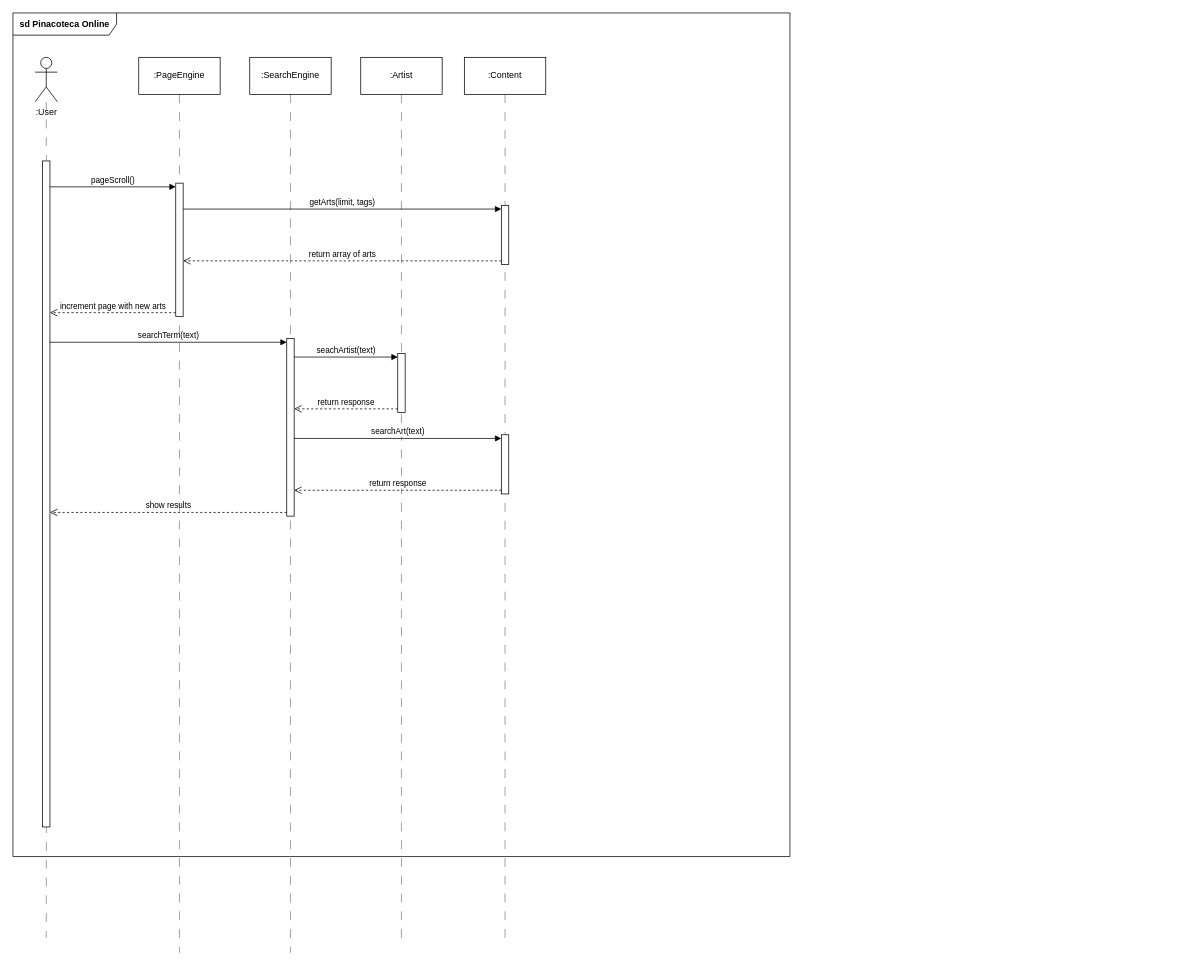
Above: docs/Modelagem/assets/diagrams/DiagramaSequencia.drawio in UnBArqDsw2025-1-Turma01/2025.1-T01-_G2_PinacotecaOnline_Entrega_02 (draw.io), before the change. Source tidied: cells renumbered, new cells numbered last; positions are measured from the earlier drawing's top-left corner, leaving out a move shared by most shapes. Both pictures are drawn from the tidied source at 74%, with x=0, y=0 at pixel (13, 13).
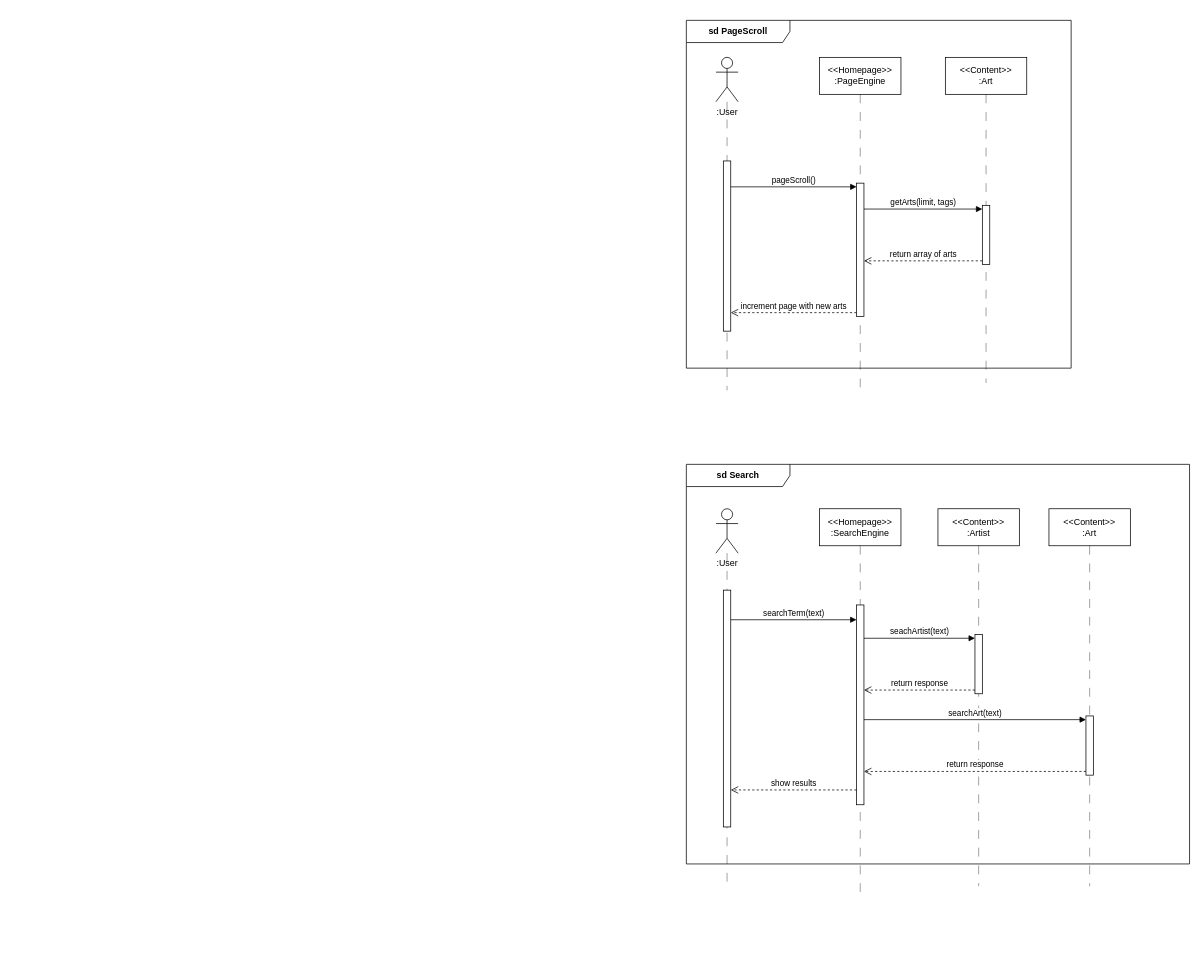
The same diagram, later.

Commit message (it also covers changes not shown here):
atualização do Diagrama de Sequencia (modularização)

Change to the diagram source:
```diff
@@
-    <mxCell id="2" value="&lt;b&gt;sd Pinacoteca Online&lt;/b&gt;" style="shape=umlFrame;whiteSpace=wrap;html=1;width=140;height=30;" parent="1" vertex="1">
-      <mxGeometry width="1050" height="1140" as="geometry" />
-    </mxCell>
-    <mxCell id="3" value=":User" style="shape=umlActor;verticalLabelPosition=bottom;verticalAlign=top;html=1;" parent="1" vertex="1">
-      <mxGeometry x="30" y="60" width="30" height="60" as="geometry" />
-    </mxCell>
-    <mxCell id="4" style="rounded=0;orthogonalLoop=1;jettySize=auto;html=1;dashed=1;dashPattern=12 12;endArrow=none;startFill=0;edgeStyle=orthogonalEdgeStyle;exitX=0.56;exitY=1.001;exitDx=0;exitDy=0;exitPerimeter=0;opacity=50;strokeColor=default;" parent="1" edge="1">
-      <mxGeometry relative="1" as="geometry">
-        <mxPoint x="44.8" y="640.4" as="sourcePoint" />
-        <mxPoint x="45" y="1250" as="targetPoint" />
-      </mxGeometry>
-    </mxCell>
-    <mxCell id="5" style="rounded=0;jettySize=auto;html=1;dashed=1;dashPattern=12 12;endArrow=none;startFill=0;edgeStyle=orthogonalEdgeStyle;entryX=0.52;entryY=-0.001;entryDx=0;entryDy=0;entryPerimeter=0;opacity=50;" parent="1" edge="1" source="3" target="6">
-      <mxGeometry relative="1" as="geometry" />
-    </mxCell>
-    <mxCell id="6" style="html=1;points=[[0,0,0,0,5],[0,1,0,0,-5],[1,0,0,0,5],[1,1,0,0,-5]];perimeter=orthogonalPerimeter;outlineConnect=0;targetShapes=umlLifeline;portConstraint=eastwest;newEdgeStyle={&quot;curved&quot;:0,&quot;rounded&quot;:0};" parent="1" vertex="1">
-      <mxGeometry x="40" y="200" width="10" height="900" as="geometry" />
-    </mxCell>
+    <mxCell id="30" value="&lt;b&gt;sd PageScroll&lt;/b&gt;" style="shape=umlFrame;whiteSpace=wrap;html=1;width=140;height=30;" parent="1" vertex="1">
+      <mxGeometry x="910" y="10" width="520" height="470" as="geometry" />
+    </mxCell>
+    <mxCell id="31" value=":User" style="shape=umlActor;verticalLabelPosition=bottom;verticalAlign=top;html=1;" parent="1" vertex="1">
+      <mxGeometry x="950" y="60" width="30" height="60" as="geometry" />
+    </mxCell>
+    <mxCell id="32" style="rounded=0;jettySize=auto;html=1;dashed=1;dashPattern=12 12;endArrow=none;startFill=0;edgeStyle=orthogonalEdgeStyle;opacity=50;" parent="1" edge="1" source="31">
+      <mxGeometry relative="1" as="geometry">
+        <mxPoint x="965" y="510" as="targetPoint" />
+      </mxGeometry>
+    </mxCell>
+    <mxCell id="33" style="html=1;points=[[0,0,0,0,5],[0,1,0,0,-5],[1,0,0,0,5],[1,1,0,0,-5]];perimeter=orthogonalPerimeter;outlineConnect=0;targetShapes=umlLifeline;portConstraint=eastwest;newEdgeStyle={&quot;curved&quot;:0,&quot;rounded&quot;:0};" parent="1" vertex="1">
+      <mxGeometry x="960" y="200" width="10" height="230" as="geometry" />
+    </mxCell>
-    <mxCell id="7" value="pageScroll()" style="html=1;verticalAlign=bottom;endArrow=block;curved=0;rounded=0;entryX=0;entryY=0;entryDx=0;entryDy=5;" parent="1" edge="1" source="6" target="26">
+    <mxCell id="7" value="pageScroll()" style="html=1;verticalAlign=bottom;endArrow=block;curved=0;rounded=0;entryX=0;entryY=0;entryDx=0;entryDy=5;" parent="1" edge="1" source="33" target="39">
       <mxGeometry relative="1" as="geometry" />
     </mxCell>
-    <mxCell id="8" value="increment page with new arts" style="html=1;verticalAlign=bottom;endArrow=open;dashed=1;endSize=8;curved=0;rounded=0;exitX=0;exitY=1;exitDx=0;exitDy=-5;" parent="1" edge="1" source="26" target="6">
+    <mxCell id="8" value="increment page with new arts" style="html=1;verticalAlign=bottom;endArrow=open;dashed=1;endSize=8;curved=0;rounded=0;exitX=0;exitY=1;exitDx=0;exitDy=-5;" parent="1" edge="1" source="39" target="33">
       <mxGeometry relative="1" as="geometry" />
     </mxCell>
-    <mxCell id="9" value="getArts(limit, tags)" style="html=1;verticalAlign=bottom;endArrow=block;curved=0;rounded=0;entryX=0;entryY=0;entryDx=0;entryDy=5;" parent="1" edge="1" target="18">
+    <mxCell id="9" value="getArts(limit, tags)" style="html=1;verticalAlign=bottom;endArrow=block;curved=0;rounded=0;entryX=0;entryY=0;entryDx=0;entryDy=5;" parent="1" edge="1" target="36">
       <mxGeometry relative="1" as="geometry">
-        <mxPoint x="230" y="265" as="sourcePoint" />
+        <mxPoint x="1150" y="265" as="sourcePoint" />
       </mxGeometry>
     </mxCell>
-    <mxCell id="10" value="return array of arts" style="html=1;verticalAlign=bottom;endArrow=open;dashed=1;endSize=8;curved=0;rounded=0;exitX=0;exitY=1;exitDx=0;exitDy=-5;" parent="1" edge="1" source="18" target="26">
+    <mxCell id="10" value="return array of arts" style="html=1;verticalAlign=bottom;endArrow=open;dashed=1;endSize=8;curved=0;rounded=0;exitX=0;exitY=1;exitDx=0;exitDy=-5;" parent="1" edge="1" source="36" target="39">
       <mxGeometry relative="1" as="geometry" />
     </mxCell>
+    <mxCell id="34" value="&amp;lt;&amp;lt;Content&amp;gt;&amp;gt;&lt;br&gt;:Art" style="html=1;whiteSpace=wrap;" parent="1" vertex="1">
+      <mxGeometry x="1260" y="60" width="110" height="50" as="geometry" />
+    </mxCell>
+    <mxCell id="35" style="rounded=0;jettySize=auto;html=1;dashed=1;dashPattern=12 12;endArrow=none;startFill=0;edgeStyle=orthogonalEdgeStyle;exitX=0.5;exitY=1;exitDx=0;exitDy=0;opacity=50;" parent="1" edge="1" source="34">
+      <mxGeometry relative="1" as="geometry">
+        <mxPoint x="1315" y="500" as="targetPoint" />
+      </mxGeometry>
+    </mxCell>
+    <mxCell id="36" style="html=1;points=[[0,0,0,0,5],[0,1,0,0,-5],[1,0,0,0,5],[1,1,0,0,-5]];perimeter=orthogonalPerimeter;outlineConnect=0;targetShapes=umlLifeline;portConstraint=eastwest;newEdgeStyle={&quot;curved&quot;:0,&quot;rounded&quot;:0};" parent="1" vertex="1">
+      <mxGeometry x="1310" y="260" width="10" height="80" as="geometry" />
+    </mxCell>
+    <mxCell id="37" value="&amp;lt;&amp;lt;Homepage&amp;gt;&amp;gt;&lt;br&gt;:PageEngine" style="html=1;whiteSpace=wrap;" parent="1" vertex="1">
+      <mxGeometry x="1090" y="60" width="110" height="50" as="geometry" />
+    </mxCell>
+    <mxCell id="38" style="rounded=0;jettySize=auto;html=1;dashed=1;dashPattern=12 12;endArrow=none;startFill=0;edgeStyle=orthogonalEdgeStyle;exitX=0.5;exitY=1;exitDx=0;exitDy=0;opacity=50;" parent="1" edge="1" source="37">
+      <mxGeometry relative="1" as="geometry">
+        <mxPoint x="1145" y="510" as="targetPoint" />
+      </mxGeometry>
+    </mxCell>
+    <mxCell id="39" style="html=1;points=[[0,0,0,0,5],[0,1,0,0,-5],[1,0,0,0,5],[1,1,0,0,-5]];perimeter=orthogonalPerimeter;outlineConnect=0;targetShapes=umlLifeline;portConstraint=eastwest;newEdgeStyle={&quot;curved&quot;:0,&quot;rounded&quot;:0};" parent="1" vertex="1">
+      <mxGeometry x="1140" y="230" width="10" height="180" as="geometry" />
+    </mxCell>
+    <mxCell id="40" value="&lt;b&gt;sd Search&lt;/b&gt;" style="shape=umlFrame;whiteSpace=wrap;html=1;width=140;height=30;" parent="1" vertex="1">
+      <mxGeometry x="910" y="610" width="680" height="540" as="geometry" />
+    </mxCell>
+    <mxCell id="41" value=":User" style="shape=umlActor;verticalLabelPosition=bottom;verticalAlign=top;html=1;" parent="1" vertex="1">
+      <mxGeometry x="950" y="670" width="30" height="60" as="geometry" />
+    </mxCell>
+    <mxCell id="42" style="rounded=0;jettySize=auto;html=1;dashed=1;dashPattern=12 12;endArrow=none;startFill=0;edgeStyle=orthogonalEdgeStyle;opacity=50;" parent="1" edge="1" source="41">
+      <mxGeometry relative="1" as="geometry">
+        <mxPoint x="965" y="1180" as="targetPoint" />
+      </mxGeometry>
+    </mxCell>
+    <mxCell id="43" style="html=1;perimeter=orthogonalPerimeter;targetShapes=umlLifeline;newEdgeStyle={&quot;curved&quot;:0,&quot;rounded&quot;:0};" parent="1" vertex="1">
+      <mxGeometry x="960" y="780" width="10" height="320" as="geometry" />
+    </mxCell>
+    <mxCell id="44" value="&amp;lt;&amp;lt;Content&amp;gt;&amp;gt;&lt;br&gt;:Art" style="html=1;whiteSpace=wrap;" parent="1" vertex="1">
+      <mxGeometry x="1400" y="670" width="110" height="50" as="geometry" />
+    </mxCell>
+    <mxCell id="45" value="&amp;lt;&amp;lt;Homepage&amp;gt;&amp;gt;&lt;br&gt;:SearchEngine" style="html=1;whiteSpace=wrap;" parent="1" vertex="1">
+      <mxGeometry x="1090" y="670" width="110" height="50" as="geometry" />
+    </mxCell>
+    <mxCell id="46" style="rounded=0;jettySize=auto;html=1;dashed=1;dashPattern=12 12;endArrow=none;startFill=0;edgeStyle=orthogonalEdgeStyle;exitX=0.5;exitY=1;exitDx=0;exitDy=0;opacity=50;" parent="1" edge="1" source="45">
+      <mxGeometry relative="1" as="geometry">
+        <mxPoint x="1145" y="1188" as="targetPoint" />
+      </mxGeometry>
+    </mxCell>
+    <mxCell id="47" value="&amp;lt;&amp;lt;Content&amp;gt;&amp;gt;&lt;br&gt;:Artist" style="html=1;whiteSpace=wrap;" parent="1" vertex="1">
+      <mxGeometry x="1250" y="670" width="110" height="50" as="geometry" />
+    </mxCell>
+    <mxCell id="48" style="rounded=0;jettySize=auto;html=1;dashed=1;dashPattern=12 12;endArrow=none;startFill=0;edgeStyle=orthogonalEdgeStyle;exitX=0.5;exitY=1;exitDx=0;exitDy=0;opacity=50;" parent="1" edge="1" source="47">
+      <mxGeometry relative="1" as="geometry">
+        <mxPoint x="1305" y="1180" as="targetPoint" />
+      </mxGeometry>
+    </mxCell>
+    <mxCell id="49" style="html=1;points=[[0,0,0,0,5],[0,1,0,0,-5],[1,0,0,0,5],[1,1,0,0,-5]];perimeter=orthogonalPerimeter;outlineConnect=0;targetShapes=umlLifeline;portConstraint=eastwest;newEdgeStyle={&quot;curved&quot;:0,&quot;rounded&quot;:0};" parent="1" vertex="1">
+      <mxGeometry x="1140" y="800" width="10" height="270" as="geometry" />
+    </mxCell>
+    <mxCell id="50" style="html=1;points=[[0,0,0,0,5],[0,1,0,0,-5],[1,0,0,0,5],[1,1,0,0,-5]];perimeter=orthogonalPerimeter;outlineConnect=0;targetShapes=umlLifeline;portConstraint=eastwest;newEdgeStyle={&quot;curved&quot;:0,&quot;rounded&quot;:0};" parent="1" vertex="1">
+      <mxGeometry x="1300" y="840" width="10" height="80" as="geometry" />
+    </mxCell>
+    <mxCell id="22" value="seachArtist(text)" style="html=1;verticalAlign=bottom;endArrow=block;curved=0;rounded=0;entryX=0;entryY=0;entryDx=0;entryDy=5;" parent="1" edge="1" source="49" target="50">
+      <mxGeometry relative="1" as="geometry" />
+    </mxCell>
+    <mxCell id="51" value="return response" style="html=1;verticalAlign=bottom;endArrow=open;dashed=1;endSize=8;curved=0;rounded=0;exitX=0;exitY=1;exitDx=0;exitDy=-5;" parent="1" edge="1" source="50" target="49">
+      <mxGeometry relative="1" as="geometry" />
+    </mxCell>
+    <mxCell id="28" value="searchArt(text)" style="html=1;verticalAlign=bottom;endArrow=block;curved=0;rounded=0;entryX=0;entryY=0;entryDx=0;entryDy=5;" parent="1" edge="1" source="49" target="54">
+      <mxGeometry relative="1" as="geometry" />
+    </mxCell>
+    <mxCell id="52" value="return response" style="html=1;verticalAlign=bottom;endArrow=open;dashed=1;endSize=8;curved=0;rounded=0;exitX=0;exitY=1;exitDx=0;exitDy=-5;" parent="1" edge="1" source="54" target="49">
+      <mxGeometry relative="1" as="geometry" />
+    </mxCell>
+    <mxCell id="53" style="rounded=0;jettySize=auto;html=1;dashed=1;dashPattern=12 12;endArrow=none;startFill=0;edgeStyle=orthogonalEdgeStyle;exitX=0.5;exitY=1;exitDx=0;exitDy=0;opacity=50;" parent="1" edge="1" source="44">
+      <mxGeometry relative="1" as="geometry">
+        <mxPoint x="1455" y="1180" as="targetPoint" />
+      </mxGeometry>
+    </mxCell>
+    <mxCell id="54" style="html=1;points=[[0,0,0,0,5],[0,1,0,0,-5],[1,0,0,0,5],[1,1,0,0,-5]];perimeter=orthogonalPerimeter;outlineConnect=0;targetShapes=umlLifeline;portConstraint=eastwest;newEdgeStyle={&quot;curved&quot;:0,&quot;rounded&quot;:0};" parent="1" vertex="1">
+      <mxGeometry x="1450" y="950" width="10" height="80" as="geometry" />
+    </mxCell>
-    <mxCell id="11" value="searchTerm(text)" style="html=1;verticalAlign=bottom;endArrow=block;curved=0;rounded=0;entryX=0;entryY=0;entryDx=0;entryDy=5;" parent="1" edge="1" source="6" target="15">
-      <mxGeometry relative="1" as="geometry" />
+    <mxCell id="11" value="searchTerm(text)" style="html=1;verticalAlign=bottom;endArrow=block;curved=0;rounded=0;" parent="1" edge="1" target="49">
+      <mxGeometry relative="1" as="geometry">
+        <mxPoint x="970" y="820" as="sourcePoint" />
+      </mxGeometry>
     </mxCell>
-    <mxCell id="12" value="show results" style="html=1;verticalAlign=bottom;endArrow=open;dashed=1;endSize=8;curved=0;rounded=0;exitX=0;exitY=1;exitDx=0;exitDy=-5;" parent="1" edge="1" source="15" target="6">
-      <mxGeometry relative="1" as="geometry" />
+    <mxCell id="12" value="show results" style="html=1;verticalAlign=bottom;endArrow=open;dashed=1;endSize=8;curved=0;rounded=0;" parent="1" edge="1">
+      <mxGeometry relative="1" as="geometry">
+        <mxPoint x="1140" y="1050" as="sourcePoint" />
+        <mxPoint x="970" y="1050" as="targetPoint" />
+      </mxGeometry>
     </mxCell>
-    <mxCell id="13" value=":SearchEngine" style="html=1;whiteSpace=wrap;" parent="1" vertex="1">
-      <mxGeometry x="320" y="60" width="110" height="50" as="geometry" />
-    </mxCell>
-    <mxCell id="14" style="rounded=0;jettySize=auto;html=1;dashed=1;dashPattern=12 12;endArrow=none;startFill=0;edgeStyle=orthogonalEdgeStyle;exitX=0.5;exitY=1;exitDx=0;exitDy=0;opacity=50;" parent="1" edge="1" source="13">
-      <mxGeometry relative="1" as="geometry">
-        <mxPoint x="375" y="1270" as="targetPoint" />
-      </mxGeometry>
-    </mxCell>
-    <mxCell id="15" style="html=1;points=[[0,0,0,0,5],[0,1,0,0,-5],[1,0,0,0,5],[1,1,0,0,-5]];perimeter=orthogonalPerimeter;outlineConnect=0;targetShapes=umlLifeline;portConstraint=eastwest;newEdgeStyle={&quot;curved&quot;:0,&quot;rounded&quot;:0};" parent="1" vertex="1">
-      <mxGeometry x="370" y="440" width="10" height="240" as="geometry" />
-    </mxCell>
-    <mxCell id="16" value=":Content" style="html=1;whiteSpace=wrap;" parent="1" vertex="1">
-      <mxGeometry x="610" y="60" width="110" height="50" as="geometry" />
-    </mxCell>
-    <mxCell id="17" style="rounded=0;jettySize=auto;html=1;dashed=1;dashPattern=12 12;endArrow=none;startFill=0;edgeStyle=orthogonalEdgeStyle;exitX=0.5;exitY=1;exitDx=0;exitDy=0;opacity=50;" parent="1" edge="1" source="16">
-      <mxGeometry relative="1" as="geometry">
-        <mxPoint x="665" y="1250" as="targetPoint" />
-      </mxGeometry>
-    </mxCell>
-    <mxCell id="18" style="html=1;points=[[0,0,0,0,5],[0,1,0,0,-5],[1,0,0,0,5],[1,1,0,0,-5]];perimeter=orthogonalPerimeter;outlineConnect=0;targetShapes=umlLifeline;portConstraint=eastwest;newEdgeStyle={&quot;curved&quot;:0,&quot;rounded&quot;:0};" parent="1" vertex="1">
-      <mxGeometry x="660" y="260" width="10" height="80" as="geometry" />
-    </mxCell>
-    <mxCell id="19" value=":Artist" style="html=1;whiteSpace=wrap;" parent="1" vertex="1">
-      <mxGeometry x="470" y="60" width="110" height="50" as="geometry" />
-    </mxCell>
-    <mxCell id="20" style="rounded=0;jettySize=auto;html=1;dashed=1;dashPattern=12 12;endArrow=none;startFill=0;edgeStyle=orthogonalEdgeStyle;exitX=0.5;exitY=1;exitDx=0;exitDy=0;opacity=50;" parent="1" edge="1" source="19">
-      <mxGeometry relative="1" as="geometry">
-        <mxPoint x="525" y="1260" as="targetPoint" />
-      </mxGeometry>
-    </mxCell>
-    <mxCell id="21" style="html=1;points=[[0,0,0,0,5],[0,1,0,0,-5],[1,0,0,0,5],[1,1,0,0,-5]];perimeter=orthogonalPerimeter;outlineConnect=0;targetShapes=umlLifeline;portConstraint=eastwest;newEdgeStyle={&quot;curved&quot;:0,&quot;rounded&quot;:0};" parent="1" vertex="1">
-      <mxGeometry x="520" y="460" width="10" height="80" as="geometry" />
-    </mxCell>
-    <mxCell id="22" value="seachArtist(text)" style="html=1;verticalAlign=bottom;endArrow=block;curved=0;rounded=0;entryX=0;entryY=0;entryDx=0;entryDy=5;" parent="1" edge="1" source="15" target="21">
-      <mxGeometry relative="1" as="geometry" />
-    </mxCell>
-    <mxCell id="23" value="return response" style="html=1;verticalAlign=bottom;endArrow=open;dashed=1;endSize=8;curved=0;rounded=0;exitX=0;exitY=1;exitDx=0;exitDy=-5;" parent="1" edge="1" source="21" target="15">
-      <mxGeometry relative="1" as="geometry" />
-    </mxCell>
-    <mxCell id="24" value=":PageEngine" style="html=1;whiteSpace=wrap;" parent="1" vertex="1">
-      <mxGeometry x="170" y="60" width="110" height="50" as="geometry" />
-    </mxCell>
-    <mxCell id="25" style="rounded=0;jettySize=auto;html=1;dashed=1;dashPattern=12 12;endArrow=none;startFill=0;edgeStyle=orthogonalEdgeStyle;exitX=0.5;exitY=1;exitDx=0;exitDy=0;opacity=50;" parent="1" edge="1" source="24">
-      <mxGeometry relative="1" as="geometry">
-        <mxPoint x="225" y="1270" as="targetPoint" />
-      </mxGeometry>
-    </mxCell>
-    <mxCell id="26" style="html=1;points=[[0,0,0,0,5],[0,1,0,0,-5],[1,0,0,0,5],[1,1,0,0,-5]];perimeter=orthogonalPerimeter;outlineConnect=0;targetShapes=umlLifeline;portConstraint=eastwest;newEdgeStyle={&quot;curved&quot;:0,&quot;rounded&quot;:0};" parent="1" vertex="1">
-      <mxGeometry x="220" y="230" width="10" height="180" as="geometry" />
-    </mxCell>
-    <mxCell id="27" style="html=1;points=[[0,0,0,0,5],[0,1,0,0,-5],[1,0,0,0,5],[1,1,0,0,-5]];perimeter=orthogonalPerimeter;outlineConnect=0;targetShapes=umlLifeline;portConstraint=eastwest;newEdgeStyle={&quot;curved&quot;:0,&quot;rounded&quot;:0};" parent="1" vertex="1">
-      <mxGeometry x="660" y="570" width="10" height="80" as="geometry" />
-    </mxCell>
-    <mxCell id="28" value="searchArt(text)" style="html=1;verticalAlign=bottom;endArrow=block;curved=0;rounded=0;entryX=0;entryY=0;entryDx=0;entryDy=5;" parent="1" edge="1" source="15" target="27">
-      <mxGeometry relative="1" as="geometry" />
-    </mxCell>
-    <mxCell id="29" value="return response" style="html=1;verticalAlign=bottom;endArrow=open;dashed=1;endSize=8;curved=0;rounded=0;exitX=0;exitY=1;exitDx=0;exitDy=-5;" parent="1" edge="1" source="27" target="15">
-      <mxGeometry relative="1" as="geometry" />
-    </mxCell>
```
